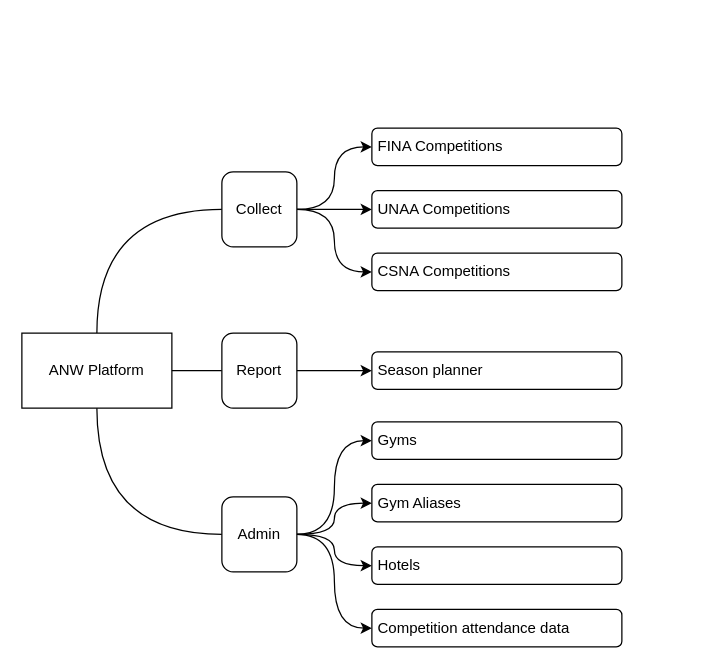
mjremijan/ferris-anw keeps this draw.io diagram as documentation/src/main/draw.io/Diagram 1.1.1 - Feature Map.drawio. Above is the earlier version. Source tidied: cells renumbered, new cells numbered last; positions are measured from the earlier drawing's top-left corner, leaving out a move shared by most shapes. Both pictures are drawn from the tidied source at 125%, with x=0, y=0 at pixel (21, 128).
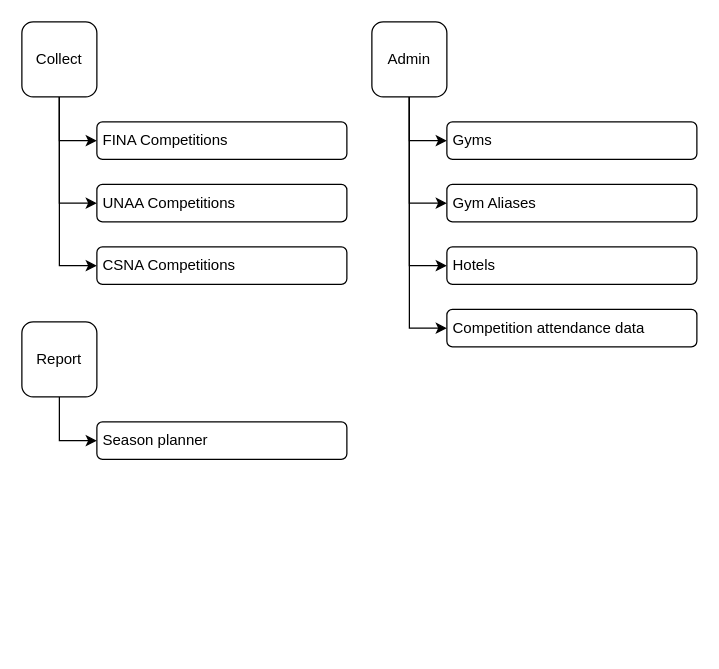
Above is the later version.

Change to the diagram source:
```diff
@@
-    <mxCell id="2" style="edgeStyle=orthogonalEdgeStyle;rounded=0;jettySize=auto;html=1;entryX=0;entryY=0.5;entryDx=0;entryDy=0;curved=1;exitX=0.5;exitY=0;exitDx=0;exitDy=0;endArrow=none;endFill=0;" parent="1" edge="1" source="3" target="14">
-      <mxGeometry relative="1" as="geometry" />
-    </mxCell>
-    <mxCell id="3" value="ANW Platform" style="rounded=0;whiteSpace=wrap;html=1;fillColor=default;fontColor=#000000;fontStyle=0;gradientColor=none;" parent="1" vertex="1">
-      <mxGeometry y="164" width="120" height="60" as="geometry" />
-    </mxCell>
-    <mxCell id="4" style="edgeStyle=orthogonalEdgeStyle;rounded=0;jettySize=auto;html=1;entryX=0;entryY=0.5;entryDx=0;entryDy=0;exitX=1;exitY=0.5;exitDx=0;exitDy=0;curved=1;" parent="1" edge="1" source="14" target="16">
+    <mxCell id="4" style="edgeStyle=orthogonalEdgeStyle;rounded=0;jettySize=auto;html=1;entryX=0;entryY=0.5;entryDx=0;entryDy=0;exitX=0.5;exitY=1;exitDx=0;exitDy=0;" parent="1" edge="1" source="14" target="16">
       <mxGeometry relative="1" as="geometry" />
     </mxCell>
-    <mxCell id="5" style="edgeStyle=orthogonalEdgeStyle;rounded=0;jettySize=auto;html=1;entryX=0;entryY=0.5;entryDx=0;entryDy=0;curved=1;exitX=1;exitY=0.5;exitDx=0;exitDy=0;" parent="1" edge="1" source="14" target="15">
+    <mxCell id="5" style="edgeStyle=orthogonalEdgeStyle;rounded=0;jettySize=auto;html=1;entryX=0;entryY=0.5;entryDx=0;entryDy=0;exitX=0.5;exitY=1;exitDx=0;exitDy=0;" parent="1" edge="1" source="14" target="15">
       <mxGeometry relative="1" as="geometry" />
     </mxCell>
-    <mxCell id="6" style="edgeStyle=orthogonalEdgeStyle;rounded=0;jettySize=auto;html=1;entryX=0;entryY=0.5;entryDx=0;entryDy=0;curved=1;exitX=1;exitY=0.5;exitDx=0;exitDy=0;" parent="1" edge="1" source="14" target="17">
+    <mxCell id="6" style="edgeStyle=orthogonalEdgeStyle;rounded=0;jettySize=auto;html=1;entryX=0;entryY=0.5;entryDx=0;entryDy=0;exitX=0.5;exitY=1;exitDx=0;exitDy=0;" parent="1" edge="1" source="14" target="17">
       <mxGeometry relative="1" as="geometry" />
     </mxCell>
-    <mxCell id="7" style="rounded=0;jettySize=auto;html=1;entryX=0;entryY=0.5;entryDx=0;entryDy=0;exitX=1;exitY=0.5;exitDx=0;exitDy=0;endArrow=none;endFill=0;" parent="1" edge="1" source="3" target="13">
-      <mxGeometry relative="1" as="geometry" />
-    </mxCell>
-    <mxCell id="8" style="edgeStyle=orthogonalEdgeStyle;rounded=0;jettySize=auto;html=1;entryX=1;entryY=0.5;entryDx=0;entryDy=0;curved=1;startArrow=classic;startFill=1;endArrow=none;endFill=0;exitX=0;exitY=0.5;exitDx=0;exitDy=0;" parent="1" edge="1" source="24" target="12">
+    <mxCell id="8" style="edgeStyle=orthogonalEdgeStyle;rounded=0;jettySize=auto;html=1;entryX=0.5;entryY=1;entryDx=0;entryDy=0;startArrow=classic;startFill=1;endArrow=none;endFill=0;exitX=0;exitY=0.5;exitDx=0;exitDy=0;" parent="1" edge="1" source="24" target="12">
       <mxGeometry relative="1" as="geometry" />
     </mxCell>
-    <mxCell id="9" style="edgeStyle=orthogonalEdgeStyle;rounded=0;jettySize=auto;html=1;entryX=0;entryY=0.5;entryDx=0;entryDy=0;curved=1;exitX=0.5;exitY=1;exitDx=0;exitDy=0;endArrow=none;endFill=0;" parent="1" edge="1" source="3" target="12">
-      <mxGeometry relative="1" as="geometry" />
-    </mxCell>
-    <mxCell id="10" style="edgeStyle=orthogonalEdgeStyle;rounded=0;jettySize=auto;html=1;entryX=1;entryY=0.5;entryDx=0;entryDy=0;startArrow=classic;startFill=1;endArrow=none;endFill=0;curved=1;exitX=0;exitY=0.5;exitDx=0;exitDy=0;" parent="1" edge="1" source="20" target="12">
+    <mxCell id="10" style="edgeStyle=orthogonalEdgeStyle;rounded=0;jettySize=auto;html=1;entryX=0.5;entryY=1;entryDx=0;entryDy=0;startArrow=classic;startFill=1;endArrow=none;endFill=0;exitX=0;exitY=0.5;exitDx=0;exitDy=0;" parent="1" edge="1" source="20" target="12">
       <mxGeometry relative="1" as="geometry" />
     </mxCell>
-    <mxCell id="11" style="edgeStyle=orthogonalEdgeStyle;rounded=0;jettySize=auto;html=1;entryX=1;entryY=0.5;entryDx=0;entryDy=0;startArrow=classic;startFill=1;endArrow=none;endFill=0;curved=1;exitX=0;exitY=0.5;exitDx=0;exitDy=0;" parent="1" edge="1" source="21" target="12">
+    <mxCell id="11" style="edgeStyle=orthogonalEdgeStyle;rounded=0;jettySize=auto;html=1;entryX=0.5;entryY=1;entryDx=0;entryDy=0;startArrow=classic;startFill=1;endArrow=none;endFill=0;exitX=0;exitY=0.5;exitDx=0;exitDy=0;" parent="1" edge="1" source="21" target="12">
       <mxGeometry relative="1" as="geometry" />
     </mxCell>
     <mxCell id="12" value="Admin" style="rounded=1;whiteSpace=wrap;html=1;fillColor=default;fontColor=#000000;fontStyle=0;gradientColor=none;" parent="1" vertex="1">
-      <mxGeometry x="160" y="295" width="60" height="60" as="geometry" />
+      <mxGeometry x="280" y="-85" width="60" height="60" as="geometry" />
     </mxCell>
     <mxCell id="13" value="Report" style="rounded=1;whiteSpace=wrap;html=1;fillColor=default;fontColor=#000000;fontStyle=0;gradientColor=none;" parent="1" vertex="1">
-      <mxGeometry x="160" y="164" width="60" height="60" as="geometry" />
+      <mxGeometry y="155" width="60" height="60" as="geometry" />
     </mxCell>
     <mxCell id="14" value="Collect" style="rounded=1;whiteSpace=wrap;html=1;fillColor=default;fontColor=#000000;fontStyle=0;gradientColor=none;" parent="1" vertex="1">
-      <mxGeometry x="160" y="35" width="60" height="60" as="geometry" />
+      <mxGeometry y="-85" width="60" height="60" as="geometry" />
     </mxCell>
     <mxCell id="15" value="FINA Competitions" style="rounded=1;whiteSpace=wrap;html=1;fillColor=default;fontColor=#000000;fontStyle=0;gradientColor=none;align=left;spacingLeft=3;" parent="1" vertex="1">
-      <mxGeometry x="280" width="200" height="30" as="geometry" />
+      <mxGeometry x="60" y="-5" width="200" height="30" as="geometry" />
     </mxCell>
     <mxCell id="16" value="UNAA Competitions" style="rounded=1;whiteSpace=wrap;html=1;fillColor=default;fontColor=#000000;fontStyle=0;gradientColor=none;align=left;spacingLeft=3;" parent="1" vertex="1">
-      <mxGeometry x="280" y="50" width="200" height="30" as="geometry" />
+      <mxGeometry x="60" y="45" width="200" height="30" as="geometry" />
     </mxCell>
     <mxCell id="17" value="CSNA Competitions" style="rounded=1;whiteSpace=wrap;html=1;fillColor=default;fontColor=#000000;fontStyle=0;gradientColor=none;align=left;spacingLeft=3;" parent="1" vertex="1">
-      <mxGeometry x="280" y="100" width="200" height="30" as="geometry" />
+      <mxGeometry x="60" y="95" width="200" height="30" as="geometry" />
     </mxCell>
     <mxCell id="18" value="Season planner" style="rounded=1;whiteSpace=wrap;html=1;fillColor=default;fontColor=#000000;fontStyle=0;gradientColor=none;align=left;spacingLeft=3;" parent="1" vertex="1">
-      <mxGeometry x="280" y="179" width="200" height="30" as="geometry" />
+      <mxGeometry x="60" y="235" width="200" height="30" as="geometry" />
     </mxCell>
-    <mxCell id="19" style="edgeStyle=orthogonalEdgeStyle;rounded=0;jettySize=auto;html=1;entryX=1;entryY=0.5;entryDx=0;entryDy=0;curved=1;startArrow=classic;startFill=1;endArrow=none;endFill=0;exitX=0;exitY=0.5;exitDx=0;exitDy=0;" parent="1" edge="1" source="18" target="13">
+    <mxCell id="19" style="edgeStyle=orthogonalEdgeStyle;rounded=0;jettySize=auto;html=1;entryX=0.5;entryY=1;entryDx=0;entryDy=0;startArrow=classic;startFill=1;endArrow=none;endFill=0;exitX=0;exitY=0.5;exitDx=0;exitDy=0;" parent="1" edge="1" source="18" target="13">
       <mxGeometry relative="1" as="geometry" />
     </mxCell>
     <mxCell id="20" value="Gyms" style="rounded=1;whiteSpace=wrap;html=1;fillColor=default;fontColor=#000000;fontStyle=0;gradientColor=none;align=left;spacingLeft=3;" parent="1" vertex="1">
-      <mxGeometry x="280" y="235" width="200" height="30" as="geometry" />
+      <mxGeometry x="340" y="-5" width="200" height="30" as="geometry" />
     </mxCell>
     <mxCell id="21" value="Hotels" style="rounded=1;whiteSpace=wrap;html=1;fillColor=default;fontColor=#000000;fontStyle=0;gradientColor=none;align=left;spacingLeft=3;" parent="1" vertex="1">
-      <mxGeometry x="280" y="335" width="200" height="30" as="geometry" />
+      <mxGeometry x="340" y="95" width="200" height="30" as="geometry" />
     </mxCell>
     <mxCell id="22" value="Gym Aliases" style="rounded=1;whiteSpace=wrap;html=1;fillColor=default;fontColor=#000000;fontStyle=0;gradientColor=none;align=left;spacingLeft=3;" parent="1" vertex="1">
-      <mxGeometry x="280" y="285" width="200" height="30" as="geometry" />
+      <mxGeometry x="340" y="45" width="200" height="30" as="geometry" />
     </mxCell>
-    <mxCell id="23" style="edgeStyle=orthogonalEdgeStyle;rounded=0;jettySize=auto;html=1;entryX=1;entryY=0.5;entryDx=0;entryDy=0;startArrow=classic;startFill=1;endArrow=none;endFill=0;curved=1;exitX=0;exitY=0.5;exitDx=0;exitDy=0;" parent="1" edge="1" source="22" target="12">
+    <mxCell id="23" style="edgeStyle=orthogonalEdgeStyle;rounded=0;jettySize=auto;html=1;entryX=0.5;entryY=1;entryDx=0;entryDy=0;startArrow=classic;startFill=1;endArrow=none;endFill=0;exitX=0;exitY=0.5;exitDx=0;exitDy=0;" parent="1" edge="1" source="22" target="12">
       <mxGeometry relative="1" as="geometry" />
     </mxCell>
     <mxCell id="24" value="Competition attendance data" style="rounded=1;whiteSpace=wrap;html=1;fillColor=default;fontColor=#000000;fontStyle=0;gradientColor=none;align=left;spacingLeft=3;" parent="1" vertex="1">
-      <mxGeometry x="280" y="385" width="200" height="30" as="geometry" />
+      <mxGeometry x="340" y="145" width="200" height="30" as="geometry" />
     </mxCell>
```
